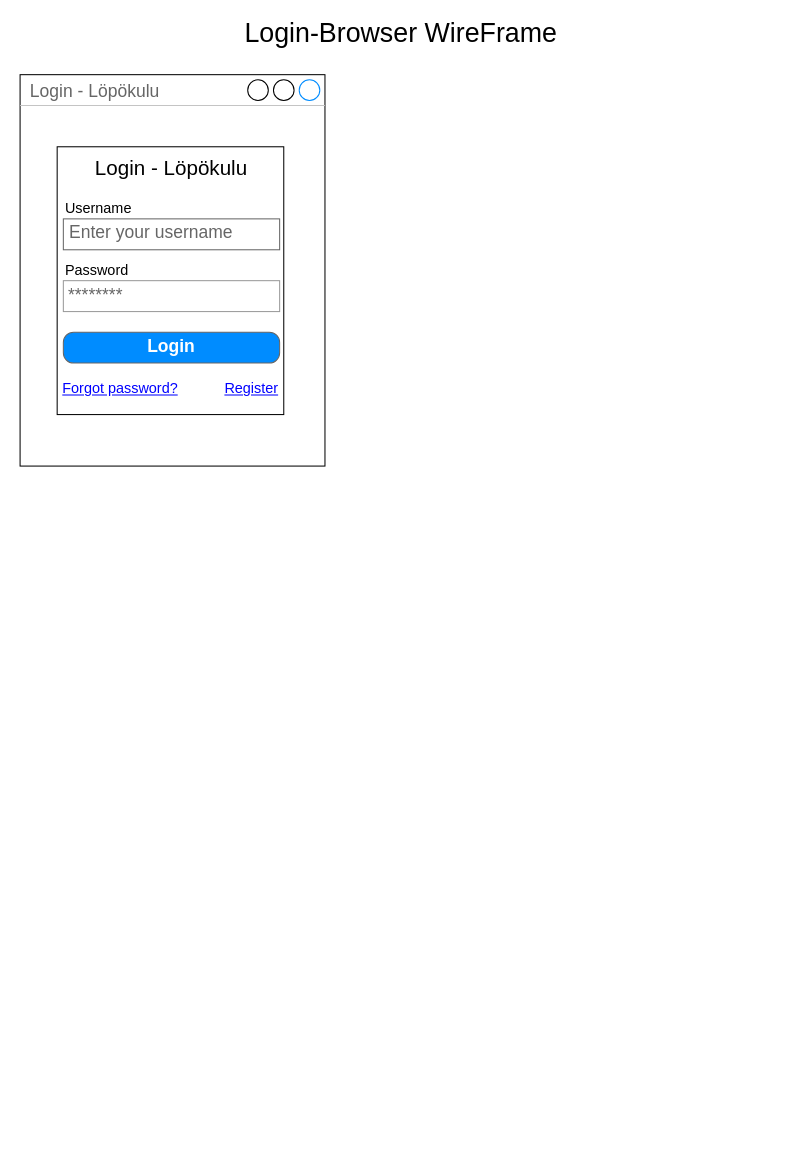
This is documentation/ui/WF-login-browser.drawio from mtijas/lopokulu, a draw.io file, before an edit. Source tidied: cells renumbered, new cells numbered last; positions are measured from the earlier drawing's top-left corner, leaving out a move shared by most shapes. Both pictures are drawn from the tidied source at 103%, with x=0, y=0 at pixel (20, 23).
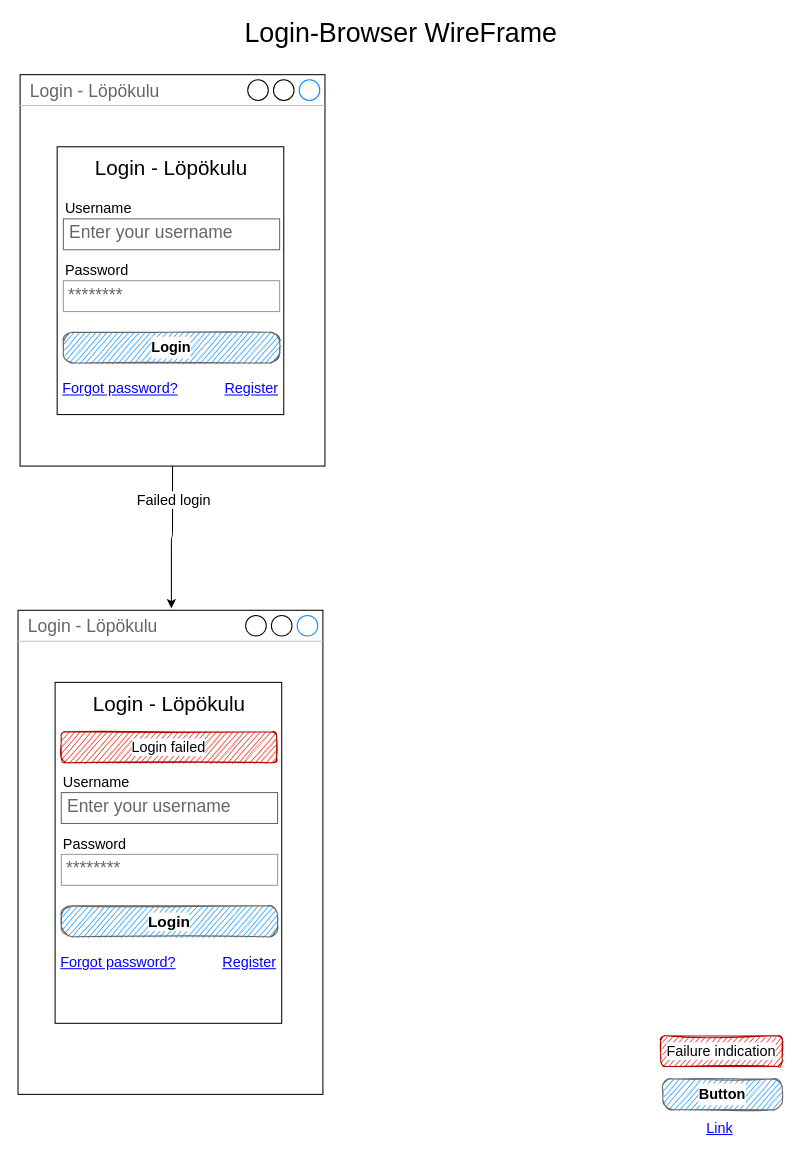
The same diagram, later.

Commit message:
Update WF-login-browser.drawio to include failed login ui

What changed in the source:
```diff
@@
+    <mxCell id="3" value="Login-Browser WireFrame" style="text;html=1;strokeColor=none;fillColor=none;align=center;verticalAlign=middle;whiteSpace=wrap;rounded=0;fontSize=26;" parent="1" vertex="1">
+      <mxGeometry width="740" height="20" as="geometry" />
+    </mxCell>
+    <mxCell id="14" style="edgeStyle=elbowEdgeStyle;elbow=vertical;endArrow=classic;html=1;fontSize=14;entryX=0.503;entryY=-0.004;entryDx=0;entryDy=0;entryPerimeter=0;" parent="1" edge="1" source="2" target="18">
+      <mxGeometry relative="1" as="geometry" />
+    </mxCell>
+    <mxCell id="15" value="Failed login" style="edgeLabel;html=1;align=center;verticalAlign=middle;fontSize=14;" parent="14" vertex="1">
+      <mxGeometry x="-0.33" y="2" relative="1" as="geometry">
+        <mxPoint x="-2" y="-15" as="offset" />
+      </mxGeometry>
+    </mxCell>
+    <mxCell id="16" style="group;" parent="1" vertex="1">
+      <mxGeometry y="50" width="296" height="380" as="geometry" />
+    </mxCell>
-    <mxCell id="2" value="Login - Löpökulu" style="strokeWidth=1;shadow=0;dashed=0;align=center;html=1;shape=mxgraph.mockup.containers.window;align=left;verticalAlign=top;spacingLeft=8;strokeColor2=#008cff;strokeColor3=#c4c4c4;fontColor=#666666;mainText=;fontSize=17;labelBackgroundColor=none;" parent="1" vertex="1">
-      <mxGeometry y="50" width="296" height="380" as="geometry" />
+    <mxCell id="2" value="Login - Löpökulu" style="strokeWidth=1;shadow=0;dashed=0;align=center;html=1;shape=mxgraph.mockup.containers.window;align=left;verticalAlign=top;spacingLeft=8;strokeColor2=#008cff;strokeColor3=#c4c4c4;fontColor=#666666;mainText=;fontSize=17;labelBackgroundColor=none;" parent="16" vertex="1">
+      <mxGeometry width="296" height="380" as="geometry" />
     </mxCell>
-    <mxCell id="3" value="Login-Browser WireFrame" style="text;html=1;strokeColor=none;fillColor=none;align=center;verticalAlign=middle;whiteSpace=wrap;rounded=0;fontSize=26;" parent="1" vertex="1">
-      <mxGeometry width="740" height="20" as="geometry" />
-    </mxCell>
-    <mxCell id="4" style="group;" parent="1" vertex="1">
-      <mxGeometry x="36" y="120" width="220" height="260" as="geometry" />
+    <mxCell id="4" style="group;" parent="16" vertex="1">
+      <mxGeometry x="36" y="70" width="220" height="260" as="geometry" />
     </mxCell>
@@
-    <mxCell id="11" value="Login" style="strokeWidth=1;shadow=0;dashed=0;align=center;html=1;shape=mxgraph.mockup.buttons.button;strokeColor=#666666;fontColor=#ffffff;mainText=;buttonStyle=round;fontSize=17;fontStyle=1;fillColor=#008cff;whiteSpace=wrap;" parent="4" vertex="1">
+    <mxCell id="11" value="&lt;font style=&quot;font-size: 14px&quot;&gt;Login&lt;/font&gt;" style="strokeWidth=1;shadow=0;dashed=0;align=center;html=1;shape=mxgraph.mockup.buttons.button;strokeColor=#666666;mainText=;buttonStyle=round;fontSize=17;fontStyle=1;fillColor=#008cff;whiteSpace=wrap;labelBackgroundColor=#ffffff;sketch=1;" parent="4" vertex="1">
       <mxGeometry x="6" y="180" width="210" height="30" as="geometry" />
     </mxCell>
@@
+    <mxCell id="17" style="group;" parent="1" vertex="1">
+      <mxGeometry x="-2" y="570" width="296" height="470" as="geometry" />
+    </mxCell>
+    <mxCell id="18" value="Login - Löpökulu" style="strokeWidth=1;shadow=0;dashed=0;align=center;html=1;shape=mxgraph.mockup.containers.window;align=left;verticalAlign=top;spacingLeft=8;strokeColor2=#008cff;strokeColor3=#c4c4c4;fontColor=#666666;mainText=;fontSize=17;labelBackgroundColor=none;" parent="17" vertex="1">
+      <mxGeometry width="296" height="470" as="geometry" />
+    </mxCell>
+    <mxCell id="19" style="rounded=0;whiteSpace=wrap;html=1;fontSize=26;align=center;" parent="17" vertex="1">
+      <mxGeometry x="36" y="70" width="220" height="331" as="geometry" />
+    </mxCell>
+    <mxCell id="20" value="Login - Löpökulu" style="text;html=1;strokeColor=none;fillColor=none;align=center;verticalAlign=middle;whiteSpace=wrap;rounded=0;fontSize=20;" parent="17" vertex="1">
+      <mxGeometry x="52" y="80" width="190" height="20" as="geometry" />
+    </mxCell>
+    <mxCell id="21" value="Username" style="text;html=1;strokeColor=none;fillColor=none;align=left;verticalAlign=middle;whiteSpace=wrap;rounded=0;fontSize=14;" parent="17" vertex="1">
+      <mxGeometry x="42" y="157" width="200" height="20" as="geometry" />
+    </mxCell>
+    <mxCell id="22" value="Password" style="text;html=1;strokeColor=none;fillColor=none;align=left;verticalAlign=middle;whiteSpace=wrap;rounded=0;fontSize=14;" parent="17" vertex="1">
+      <mxGeometry x="42" y="217" width="200" height="20" as="geometry" />
+    </mxCell>
+    <mxCell id="23" value="Enter your username" style="strokeWidth=1;shadow=0;dashed=0;align=center;html=1;shape=mxgraph.mockup.text.textBox;fontColor=#666666;align=left;fontSize=17;spacingLeft=4;spacingTop=-3;strokeColor=#666666;mainText=;" parent="17" vertex="1">
+      <mxGeometry x="42" y="177" width="210" height="30" as="geometry" />
+    </mxCell>
+    <mxCell id="24" value="********" style="strokeWidth=1;shadow=0;dashed=0;align=center;html=1;shape=mxgraph.mockup.forms.pwField;strokeColor=#999999;mainText=;align=left;fontColor=#666666;fontSize=17;spacingLeft=3;" parent="17" vertex="1">
+      <mxGeometry x="42" y="237" width="210" height="30" as="geometry" />
+    </mxCell>
+    <mxCell id="25" value="Login" style="strokeWidth=1;shadow=0;dashed=0;align=center;html=1;shape=mxgraph.mockup.buttons.button;strokeColor=#666666;mainText=;buttonStyle=round;fontSize=15;fontStyle=1;fillColor=#008cff;whiteSpace=wrap;sketch=1;labelBackgroundColor=#ffffff;" parent="17" vertex="1">
+      <mxGeometry x="42" y="287" width="210" height="30" as="geometry" />
+    </mxCell>
+    <mxCell id="26" value="&lt;font style=&quot;font-size: 14px;&quot;&gt;Forgot password?&lt;/font&gt;" style="shape=rectangle;strokeColor=none;fillColor=none;linkText=;fontSize=14;fontColor=#0000ff;fontStyle=4;html=1;align=center;" parent="17" vertex="1">
+      <mxGeometry x="42" y="327" width="110" height="30" as="geometry" />
+    </mxCell>
+    <mxCell id="27" value="&lt;font style=&quot;font-size: 14px&quot;&gt;Register&lt;/font&gt;" style="shape=rectangle;strokeColor=none;fillColor=none;linkText=;fontSize=14;fontColor=#0000ff;fontStyle=4;html=1;align=right;" parent="17" vertex="1">
+      <mxGeometry x="172" y="327" width="80" height="30" as="geometry" />
+    </mxCell>
+    <mxCell id="28" value="Login failed" style="rounded=1;whiteSpace=wrap;html=1;labelBackgroundColor=#ffffff;fontSize=14;align=center;fillColor=#e51400;strokeColor=#B20000;labelBorderColor=none;shadow=0;glass=0;sketch=1;fontStyle=0;" parent="17" vertex="1">
+      <mxGeometry x="42" y="118" width="209" height="30" as="geometry" />
+    </mxCell>
+    <mxCell id="29" value="&lt;font style=&quot;font-size: 14px&quot;&gt;Link&lt;/font&gt;" style="shape=rectangle;strokeColor=none;fillColor=none;linkText=;fontSize=14;fontColor=#0000ff;fontStyle=4;html=1;align=center;" parent="1" vertex="1">
+      <mxGeometry x="624" y="1058" width="110" height="30" as="geometry" />
+    </mxCell>
+    <mxCell id="30" value="&lt;font style=&quot;font-size: 14px&quot;&gt;Button&lt;/font&gt;" style="strokeWidth=1;shadow=0;dashed=0;align=center;html=1;shape=mxgraph.mockup.buttons.button;strokeColor=#666666;mainText=;buttonStyle=round;fontSize=17;fontStyle=1;fillColor=#008cff;whiteSpace=wrap;labelBackgroundColor=#ffffff;sketch=1;" parent="1" vertex="1">
+      <mxGeometry x="624" y="1025" width="116" height="30" as="geometry" />
+    </mxCell>
+    <mxCell id="31" value="&lt;span&gt;Failure indication&lt;/span&gt;" style="rounded=1;whiteSpace=wrap;html=1;labelBackgroundColor=#ffffff;fontSize=14;align=center;fillColor=#e51400;strokeColor=#B20000;fontStyle=0;sketch=1;" parent="1" vertex="1">
+      <mxGeometry x="622" y="983" width="118" height="30" as="geometry" />
+    </mxCell>
```
